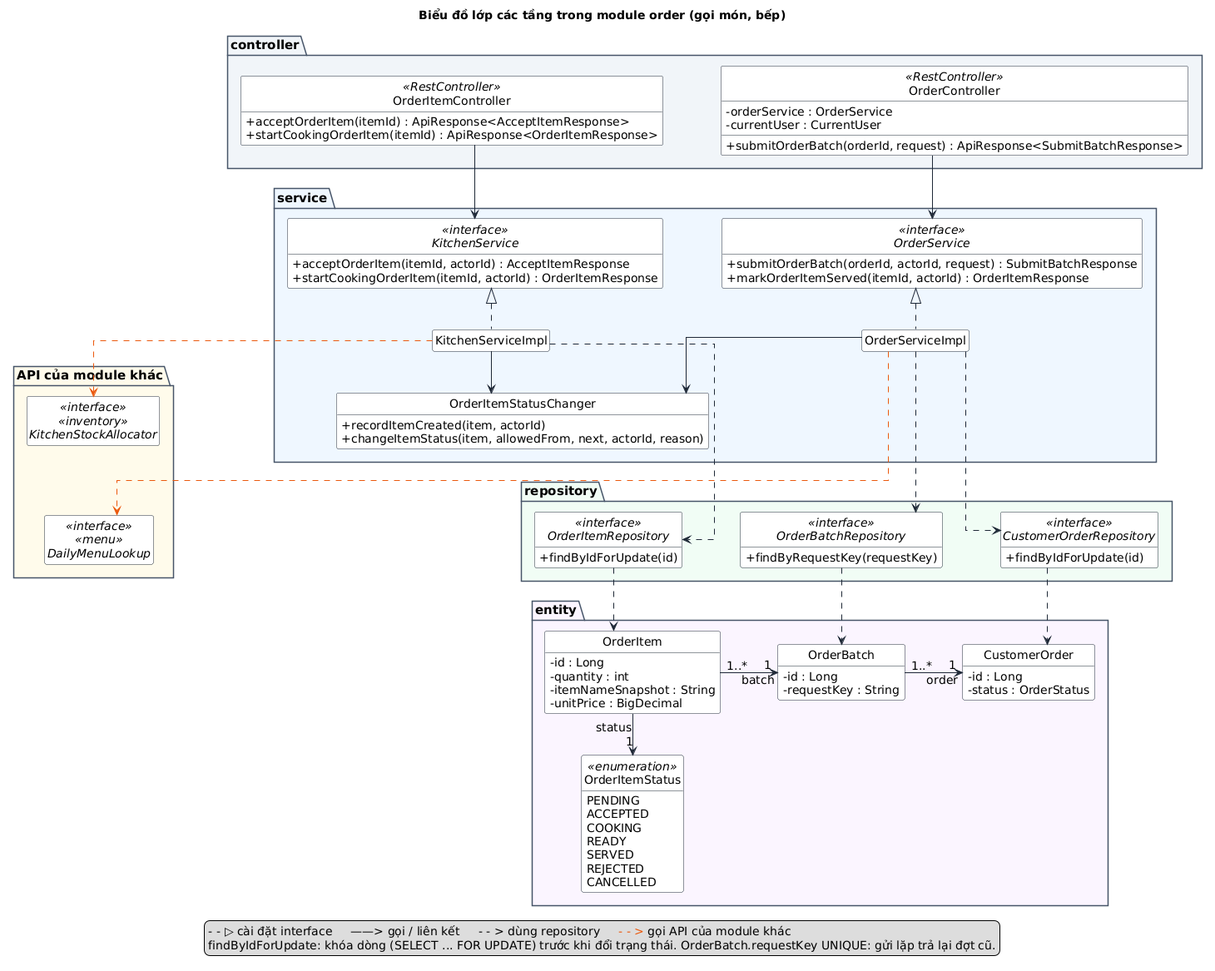
The PlantUML diagram docs/bao-cao-ltnc/uml/class-ban-hang.png in Anpham120/restaurant-management-system, before a commit.
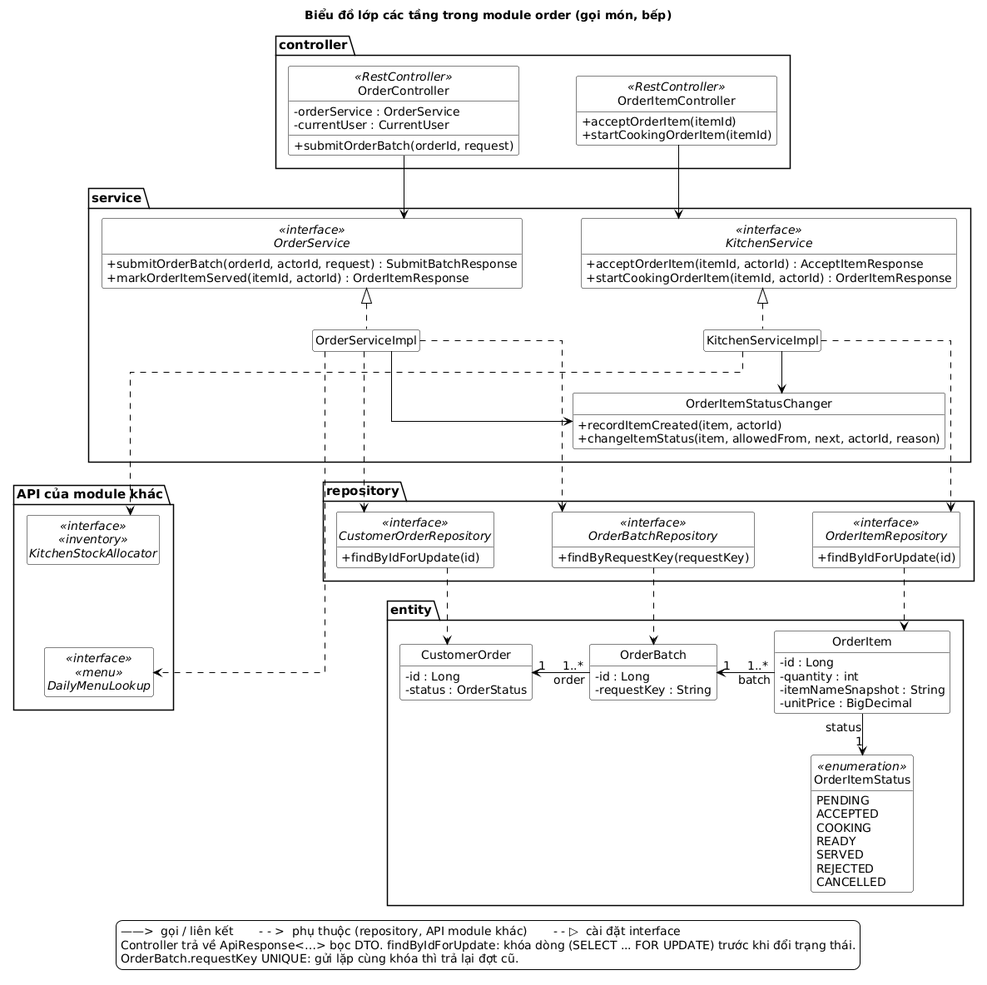
After the commit.

Change to the diagram source:
```diff
@@ -7,25 +7,34 @@
 skinparam ranksep 50
 skinparam defaultFontSize 14
 skinparam package {
-  BorderColor #475569
+  BorderColor #000000
+  BackgroundColor #FFFFFF
   FontStyle bold
   FontSize 15
 }
+skinparam legend {
+  BackgroundColor #FFFFFF
+  BorderColor #000000
+}
+skinparam ArrowColor #000000
+skinparam class {
+  BorderColor #000000
+}
 title Biểu đồ lớp các tầng trong module order (gọi món, bếp)
 
-package "controller" #F1F5F9 {
+package "controller" {
   class OrderItemController <<RestController>> {
-    + acceptOrderItem(itemId) : ApiResponse<AcceptItemResponse>
-    + startCookingOrderItem(itemId) : ApiResponse<OrderItemResponse>
+    + acceptOrderItem(itemId)
+    + startCookingOrderItem(itemId)
   }
   class OrderController <<RestController>> {
     - orderService : OrderService
     - currentUser : CurrentUser
-    + submitOrderBatch(orderId, request) : ApiResponse<SubmitBatchResponse>
+    + submitOrderBatch(orderId, request)
   }
 }
 
-package "service" #EFF6FF {
+package "service" {
   interface KitchenService <<interface>> {
     + acceptOrderItem(itemId, actorId) : AcceptItemResponse
     + startCookingOrderItem(itemId, actorId) : OrderItemResponse
@@ -42,37 +51,37 @@
   }
 }
 
-package "API của module khác" #FFFBEB {
+package "API của module khác" {
   interface KitchenStockAllocator <<interface>> <<inventory>>
   interface DailyMenuLookup <<interface>> <<menu>>
 }
 
-package "repository" #F0FDF4 {
-  interface OrderItemRepository <<interface>> {
+package "repository" {
+  interface CustomerOrderRepository <<interface>> {
     + findByIdForUpdate(id)
   }
   interface OrderBatchRepository <<interface>> {
     + findByRequestKey(requestKey)
   }
-  interface CustomerOrderRepository <<interface>> {
+  interface OrderItemRepository <<interface>> {
     + findByIdForUpdate(id)
   }
 }
 
-package "entity" #FAF5FF {
+package "entity" {
+  class CustomerOrder {
+    - id : Long
+    - status : OrderStatus
+  }
+  class OrderBatch {
+    - id : Long
+    - requestKey : String
+  }
   class OrderItem {
     - id : Long
     - quantity : int
     - itemNameSnapshot : String
     - unitPrice : BigDecimal
-  }
-  class OrderBatch {
-    - id : Long
-    - requestKey : String
-  }
-  class CustomerOrder {
-    - id : Long
-    - status : OrderStatus
   }
   enum OrderItemStatus <<enumeration>> {
     PENDING
@@ -87,9 +96,10 @@
 
 OrderItemController -[hidden]right- OrderController
 KitchenService -[hidden]right- OrderService
-OrderItemRepository -[hidden]right- OrderBatchRepository
-OrderBatchRepository -[hidden]right- CustomerOrderRepository
+CustomerOrderRepository -[hidden]right- OrderBatchRepository
+OrderBatchRepository -[hidden]right- OrderItemRepository
 KitchenStockAllocator -[hidden]down- DailyMenuLookup
+OrderItemRepository -[hidden]right- KitchenStockAllocator
 OrderItemStatusChanger -[hidden]down- OrderBatchRepository
 
 OrderItemController --> KitchenService
@@ -101,17 +111,18 @@
 KitchenServiceImpl ..> OrderItemRepository
 OrderServiceImpl ..> OrderBatchRepository
 OrderServiceImpl ..> CustomerOrderRepository
-KitchenServiceImpl .[#EA580C].> KitchenStockAllocator
-OrderServiceImpl .[#EA580C].> DailyMenuLookup
+KitchenServiceImpl ..> KitchenStockAllocator
+OrderServiceImpl ..> DailyMenuLookup
 OrderItemRepository ..> OrderItem
 OrderBatchRepository ..> OrderBatch
 CustomerOrderRepository ..> CustomerOrder
-OrderItem "1..*" -right-> "1" OrderBatch : batch
-OrderBatch "1..*" -right-> "1" CustomerOrder : order
+OrderItem "1..*" -left-> "1" OrderBatch : batch
+OrderBatch "1..*" -left-> "1" CustomerOrder : order
 OrderItem --> "1" OrderItemStatus : status
 
 legend bottom
-  - - ▷ cài đặt interface     ——> gọi / liên kết     - - > dùng repository     <color:#EA580C>- - ></color> gọi API của module khác
-  findByIdForUpdate: khóa dòng (SELECT ... FOR UPDATE) trước khi đổi trạng thái. OrderBatch.requestKey UNIQUE: gửi lặp trả lại đợt cũ.
+  ——>  gọi / liên kết       - - >  phụ thuộc (repository, API module khác)       - - ▷  cài đặt interface
+  Controller trả về ApiResponse<…> bọc DTO. findByIdForUpdate: khóa dòng (SELECT ... FOR UPDATE) trước khi đổi trạng thái.
+  OrderBatch.requestKey UNIQUE: gửi lặp cùng khóa thì trả lại đợt cũ.
 endlegend
 @enduml
```
